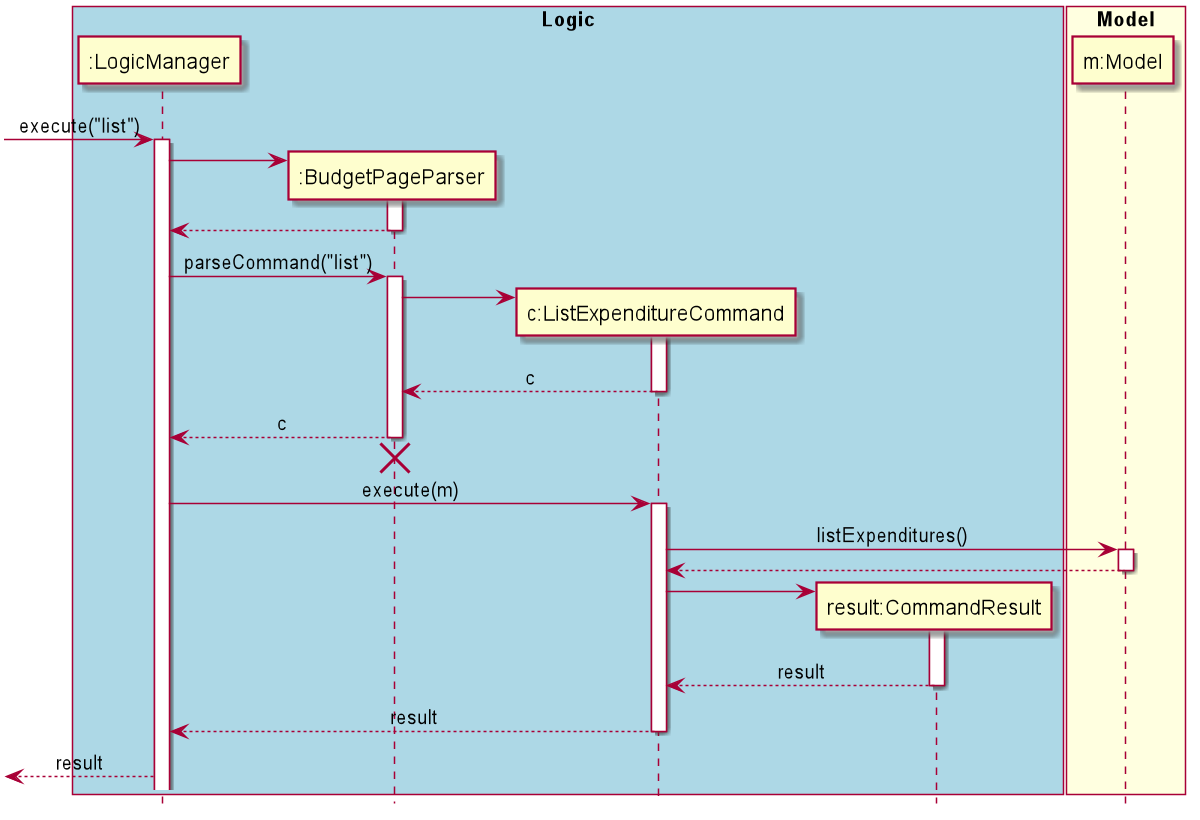
Above: docs/diagrams/commandsPlantUML/diagram/ListExpenditureCommand.png in yu-ming-chen/tp (PlantUML), before the change.
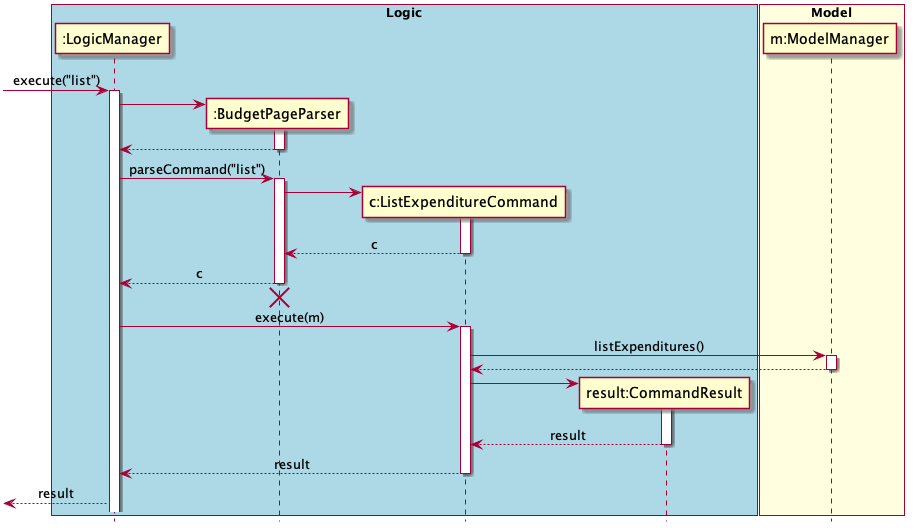
After the change.

The edit, as a diff of the source:
```diff
@@ -11,7 +11,7 @@
 end box
 
 box "Model" #LightYellow
-participant "m:Model" as M
+participant "m:ModelManager" as M
 end box
 
 [-> LM : execute("list")
```
